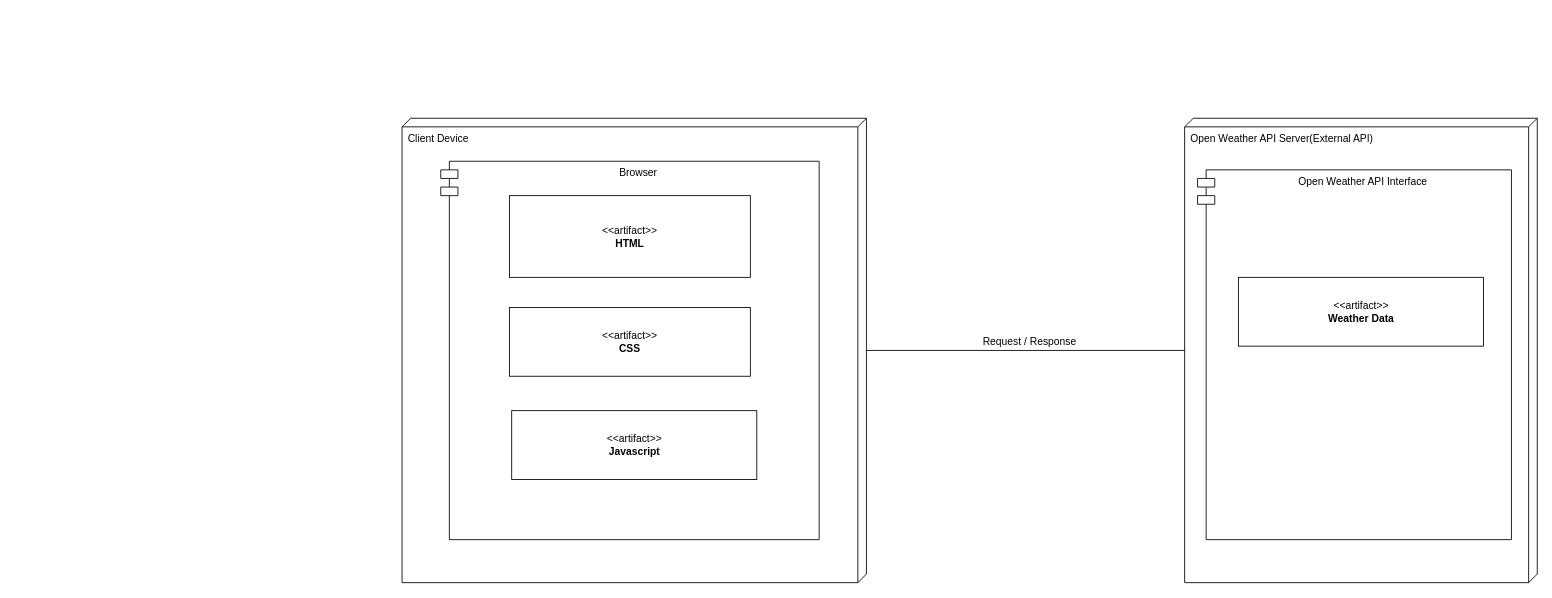
Before: Deployment Diagram.drawio in Sandesh-Basnet/Weather_APP, a draw.io diagram. Source tidied: cells renumbered, new cells numbered last; positions are measured from the earlier drawing's top-left corner, leaving out a move shared by most shapes. Both pictures are drawn from the tidied source at 86%, with x=0, y=0 at pixel (402, 118).
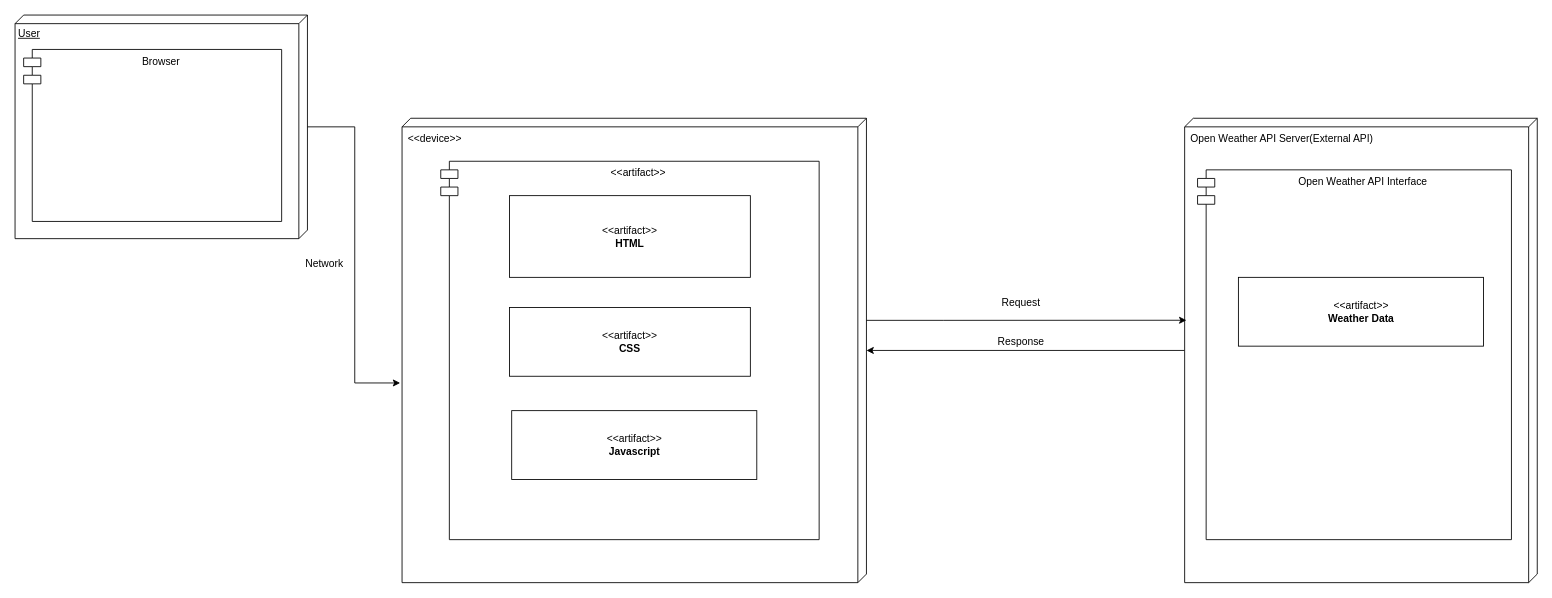
Above is the later version.

Change to the diagram source:
```diff
@@
 <mxGraphModel>
   <root>
     <mxCell id="0" />
     <mxCell id="1" parent="0" />
-    <mxCell id="2" style="edgeStyle=orthogonalEdgeStyle;rounded=0;jettySize=auto;html=1;entryX=0.5;entryY=0.976;entryDx=0;entryDy=0;entryPerimeter=0;" parent="1" edge="1" source="3" target="4">
-      <mxGeometry relative="1" as="geometry" />
-    </mxCell>
-    <mxCell id="3" value="Client Device" style="verticalAlign=top;align=left;shape=cube;size=10;direction=south;fontStyle=0;html=1;boundedLbl=1;spacingLeft=5;whiteSpace=wrap;" parent="1" vertex="1">
+    <mxCell id="3" value="&amp;lt;&amp;lt;device&amp;gt;&amp;gt;" style="verticalAlign=top;align=left;shape=cube;size=10;direction=south;fontStyle=0;html=1;boundedLbl=1;spacingLeft=5;whiteSpace=wrap;" parent="1" vertex="1">
       <mxGeometry width="540" height="540" as="geometry" />
     </mxCell>
+    <mxCell id="12" style="edgeStyle=orthogonalEdgeStyle;rounded=0;jettySize=auto;html=1;" parent="1" edge="1" source="4" target="3">
+      <mxGeometry relative="1" as="geometry" />
+    </mxCell>
     <mxCell id="4" value="Open Weather API Server(External API)" style="verticalAlign=top;align=left;shape=cube;size=10;direction=south;fontStyle=0;html=1;boundedLbl=1;spacingLeft=5;whiteSpace=wrap;" parent="1" vertex="1">
       <mxGeometry x="910" width="410" height="540" as="geometry" />
     </mxCell>
-    <mxCell id="5" value="Browser" style="shape=module;align=left;spacingLeft=20;align=center;verticalAlign=top;whiteSpace=wrap;html=1;" parent="1" vertex="1">
+    <mxCell id="5" value="&amp;lt;&amp;lt;artifact&amp;gt;&amp;gt;" style="shape=module;align=left;spacingLeft=20;align=center;verticalAlign=top;whiteSpace=wrap;html=1;" parent="1" vertex="1">
       <mxGeometry x="45" y="50" width="440" height="440" as="geometry" />
     </mxCell>
     <mxCell id="6" value="&amp;lt;&amp;lt;artifact&amp;gt;&amp;gt;&lt;br&gt;&lt;b&gt;HTML&lt;/b&gt;" style="html=1;align=center;verticalAlign=middle;dashed=0;whiteSpace=wrap;" parent="1" vertex="1">
       <mxGeometry x="125" y="90" width="280" height="95" as="geometry" />
     </mxCell>
     <mxCell id="7" value="&amp;lt;&amp;lt;artifact&amp;gt;&amp;gt;&lt;br&gt;&lt;b&gt;Javascript&lt;/b&gt;" style="html=1;align=center;verticalAlign=middle;dashed=0;whiteSpace=wrap;" parent="1" vertex="1">
       <mxGeometry x="127.5" y="340" width="285" height="80" as="geometry" />
     </mxCell>
     <mxCell id="8" value="&amp;lt;&amp;lt;artifact&amp;gt;&amp;gt;&lt;br&gt;&lt;b&gt;CSS&lt;/b&gt;" style="html=1;align=center;verticalAlign=middle;dashed=0;whiteSpace=wrap;" parent="1" vertex="1">
       <mxGeometry x="125" y="220" width="280" height="80" as="geometry" />
     </mxCell>
     <mxCell id="9" value="&lt;div&gt;Open Weather API Interface&lt;/div&gt;&lt;div&gt;&lt;br&gt;&lt;/div&gt;" style="shape=module;align=left;spacingLeft=20;align=center;verticalAlign=top;whiteSpace=wrap;html=1;" parent="1" vertex="1">
       <mxGeometry x="925" y="60" width="365" height="430" as="geometry" />
     </mxCell>
     <mxCell id="10" value="&amp;lt;&amp;lt;artifact&amp;gt;&amp;gt;&lt;br&gt;&lt;b&gt;Weather Data&lt;/b&gt;" style="html=1;align=center;verticalAlign=middle;dashed=0;whiteSpace=wrap;" parent="1" vertex="1">
       <mxGeometry x="972.5" y="185" width="285" height="80" as="geometry" />
     </mxCell>
-    <mxCell id="11" value="Request / Response" style="text;html=1;whiteSpace=wrap;strokeColor=none;fillColor=none;align=center;verticalAlign=middle;rounded=0;" parent="1" vertex="1">
-      <mxGeometry x="630" y="222.5" width="200" height="75" as="geometry" />
-    </mxCell>
+    <mxCell id="13" value="User" style="verticalAlign=top;align=left;spacingTop=8;spacingLeft=2;spacingRight=12;shape=cube;size=10;direction=south;fontStyle=4;html=1;whiteSpace=wrap;" parent="1" vertex="1">
+      <mxGeometry x="-450" y="-120" width="340" height="260" as="geometry" />
+    </mxCell>
+    <mxCell id="14" value="Browser" style="shape=module;align=left;spacingLeft=20;align=center;verticalAlign=top;whiteSpace=wrap;html=1;" parent="1" vertex="1">
+      <mxGeometry x="-440" y="-80" width="300" height="200" as="geometry" />
+    </mxCell>
+    <mxCell id="2" style="edgeStyle=orthogonalEdgeStyle;rounded=0;jettySize=auto;html=1;entryX=0.435;entryY=0.995;entryDx=0;entryDy=0;entryPerimeter=0;" parent="1" edge="1" source="3" target="4">
+      <mxGeometry relative="1" as="geometry">
+        <Array as="points">
+          <mxPoint x="630" y="235" />
+          <mxPoint x="630" y="235" />
+        </Array>
+      </mxGeometry>
+    </mxCell>
+    <mxCell id="15" value="Request" style="text;html=1;whiteSpace=wrap;strokeColor=none;fillColor=none;align=center;verticalAlign=middle;rounded=0;" parent="1" vertex="1">
+      <mxGeometry x="690" y="200" width="60" height="30" as="geometry" />
+    </mxCell>
+    <mxCell id="16" value="Response" style="text;html=1;whiteSpace=wrap;strokeColor=none;fillColor=none;align=center;verticalAlign=middle;rounded=0;" parent="1" vertex="1">
+      <mxGeometry x="690" y="245" width="60" height="30" as="geometry" />
+    </mxCell>
+    <mxCell id="17" style="edgeStyle=orthogonalEdgeStyle;rounded=0;jettySize=auto;html=1;entryX=0.57;entryY=1.004;entryDx=0;entryDy=0;entryPerimeter=0;" parent="1" edge="1" source="13" target="3">
+      <mxGeometry relative="1" as="geometry" />
+    </mxCell>
+    <mxCell id="18" value="Network" style="text;html=1;whiteSpace=wrap;strokeColor=none;fillColor=none;align=center;verticalAlign=middle;rounded=0;" parent="1" vertex="1">
+      <mxGeometry x="-120" y="155" width="60" height="30" as="geometry" />
+    </mxCell>
   </root>
 </mxGraphModel>
```
